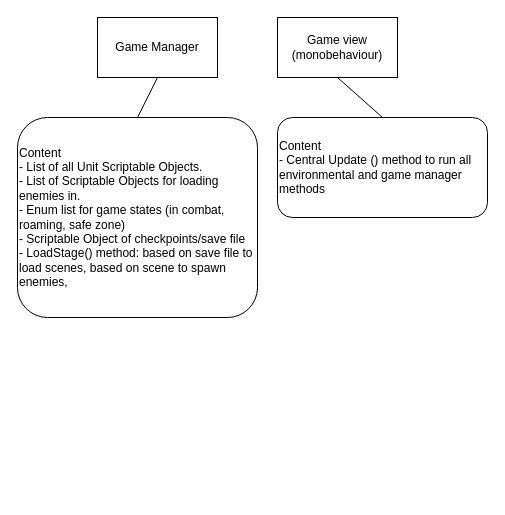
Above: Untitled Diagram.drawio in critschris/Attempt-at-Hollow-knight (draw.io), before the change. Source tidied: cells renumbered, new cells numbered last; positions are measured from the earlier drawing's top-left corner, leaving out a move shared by most shapes. Both pictures are drawn from the tidied source at 100%, with x=0, y=0 at pixel (17, 17).
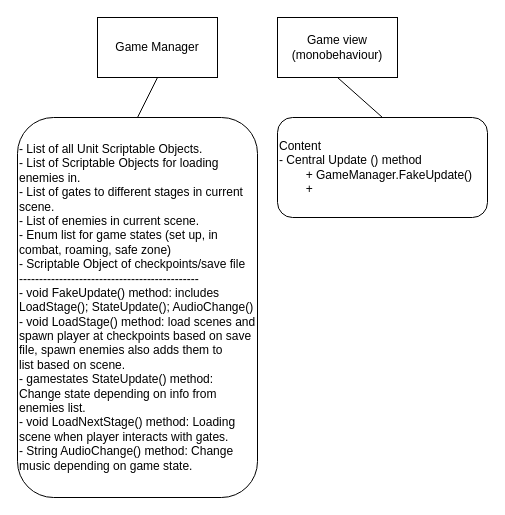
The same page after the edit.

The edit, as a diff of the source:
```diff
@@
 <mxGraphModel>
   <root>
     <mxCell id="0" />
     <mxCell id="1" parent="0" />
     <mxCell id="2" value="Game Manager" style="rounded=0;whiteSpace=wrap;html=1;" parent="1" vertex="1">
       <mxGeometry x="80" width="120" height="60" as="geometry" />
     </mxCell>
-    <mxCell id="3" value="Content&lt;div&gt;- List of all Unit Scriptable Objects.&lt;/div&gt;&lt;div&gt;- List of Scriptable Objects for loading enemies in.&lt;/div&gt;&lt;div&gt;- Enum list for game states (in combat, roaming, safe zone)&lt;/div&gt;&lt;div&gt;- Scriptable Object of checkpoints/save file&lt;/div&gt;&lt;div&gt;- LoadStage() method: based on save file to load scenes, based on scene to spawn enemies,&amp;nbsp;&lt;/div&gt;" style="rounded=1;whiteSpace=wrap;html=1;align=left;" parent="1" vertex="1">
-      <mxGeometry y="100" width="240" height="200" as="geometry" />
+    <mxCell id="3" value="&lt;div&gt;- List of all Unit Scriptable Objects.&lt;/div&gt;&lt;div&gt;- List of Scriptable Objects for loading enemies in.&lt;/div&gt;&lt;div&gt;- List of gates to different stages in current scene.&lt;/div&gt;&lt;div&gt;- List of enemies in current scene.&lt;br&gt;&lt;/div&gt;&lt;div&gt;- Enum list for game states (set up, in combat, roaming, safe zone)&lt;/div&gt;&lt;div&gt;- Scriptable Object of checkpoints/save file&lt;/div&gt;&lt;div&gt;---------------------------------------------&lt;/div&gt;&lt;div&gt;- void FakeUpdate() method: includes LoadStage(); StateUpdate(); AudioChange()&lt;/div&gt;&lt;div&gt;- void LoadStage() method: load scenes and spawn player at checkpoints&amp;nbsp;&lt;span style=&quot;background-color: initial;&quot;&gt;based on save file&lt;/span&gt;&lt;span style=&quot;background-color: initial;&quot;&gt;, spawn enemies also adds them to list&amp;nbsp;&lt;/span&gt;&lt;span style=&quot;background-color: initial;&quot;&gt;based on scene&lt;/span&gt;&lt;span style=&quot;background-color: initial;&quot;&gt;.&lt;/span&gt;&lt;/div&gt;&lt;div&gt;- gamestates StateUpdate() method: Change state depending on info from enemies list.&lt;/div&gt;&lt;div&gt;- void LoadNextStage() method: Loading scene when player interacts with gates.&lt;/div&gt;&lt;div&gt;- String AudioChange() method: Change music depending on game state.&lt;/div&gt;" style="rounded=1;whiteSpace=wrap;html=1;align=left;" parent="1" vertex="1">
+      <mxGeometry y="100" width="240" height="380" as="geometry" />
     </mxCell>
     <mxCell id="4" style="endArrow=none;html=1;rounded=0;exitX=0.5;exitY=0;exitDx=0;exitDy=0;entryX=0.5;entryY=1;entryDx=0;entryDy=0;" parent="1" edge="1" source="3" target="2">
       <mxGeometry relative="1" as="geometry" />
     </mxCell>
     <mxCell id="5" value="Game view (monobehaviour)" style="rounded=0;whiteSpace=wrap;html=1;" parent="1" vertex="1">
       <mxGeometry x="260" width="120" height="60" as="geometry" />
     </mxCell>
-    <mxCell id="6" value="Content&lt;div&gt;- Central Update () method to run all environmental and game manager methods&lt;/div&gt;" style="rounded=1;whiteSpace=wrap;html=1;align=left;" parent="1" vertex="1">
+    <mxCell id="6" value="Content&lt;div&gt;- Central Update () method&lt;/div&gt;&lt;div&gt;&lt;span style=&quot;white-space: pre;&quot;&gt;&#9;&lt;/span&gt;+ GameManager.FakeUpdate()&lt;br&gt;&lt;/div&gt;&lt;div&gt;&lt;span style=&quot;white-space: pre;&quot;&gt;&#9;&lt;/span&gt;+&amp;nbsp;&lt;br&gt;&lt;/div&gt;" style="rounded=1;whiteSpace=wrap;html=1;align=left;" parent="1" vertex="1">
       <mxGeometry x="260" y="100" width="210" height="100" as="geometry" />
     </mxCell>
     <mxCell id="7" style="endArrow=none;html=1;rounded=0;exitX=0.5;exitY=1;exitDx=0;exitDy=0;entryX=0.5;entryY=0;entryDx=0;entryDy=0;" parent="1" edge="1" source="5" target="6">
       <mxGeometry relative="1" as="geometry" />
     </mxCell>
   </root>
 </mxGraphModel>
```
